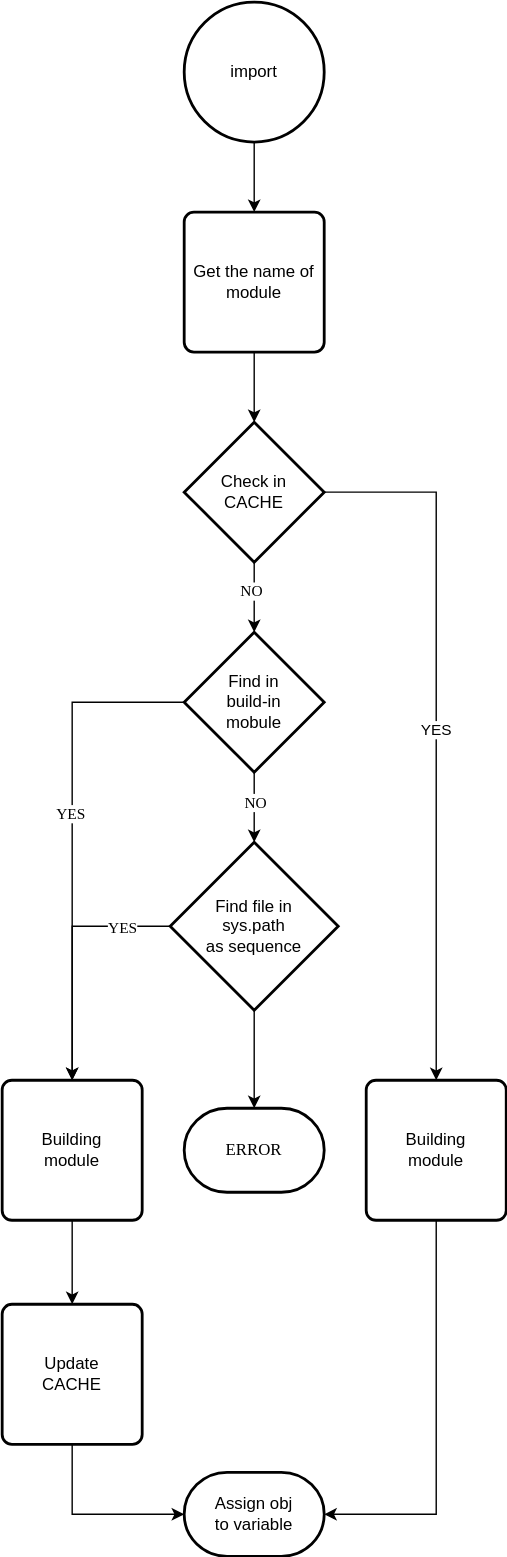
This is en/computer/import-in-python/import-module.drawio.svg from xingchengyusi/xingchengyusi.github.io, a draw.io export, as it was before one commit. Source tidied: cells renumbered, new cells last; positions are measured from the earlier drawing's top-left corner, leaving out a move shared by most shapes. Source of this version:
```xml
<mxGraphModel>
  <root>
    <mxCell id="0" />
    <mxCell id="1" parent="0" />
    <mxCell id="2" style="edgeStyle=orthogonalEdgeStyle;rounded=0;jettySize=auto;html=1;fontFamily=Times New Roman;" parent="1" edge="1" source="3" target="5">
      <mxGeometry relative="1" as="geometry" />
    </mxCell>
    <mxCell id="3" value="import" style="strokeWidth=2;html=1;shape=mxgraph.flowchart.start_2;whiteSpace=wrap;" parent="1" vertex="1">
      <mxGeometry x="130" width="100" height="100" as="geometry" />
    </mxCell>
    <mxCell id="4" style="edgeStyle=orthogonalEdgeStyle;rounded=0;jettySize=auto;html=1;entryX=0.5;entryY=0;entryDx=0;entryDy=0;entryPerimeter=0;fontFamily=Times New Roman;" parent="1" edge="1" source="5" target="9">
      <mxGeometry relative="1" as="geometry" />
    </mxCell>
    <mxCell id="5" value="Get the name of module" style="rounded=1;whiteSpace=wrap;html=1;absoluteArcSize=1;arcSize=14;strokeWidth=2;" parent="1" vertex="1">
      <mxGeometry x="130" y="150" width="100" height="100" as="geometry" />
    </mxCell>
    <mxCell id="6" value="YES" style="edgeStyle=orthogonalEdgeStyle;rounded=0;jettySize=auto;html=1;" parent="1" edge="1" source="9" target="24">
      <mxGeometry relative="1" as="geometry" />
    </mxCell>
    <mxCell id="7" style="edgeStyle=orthogonalEdgeStyle;rounded=0;jettySize=auto;html=1;exitX=0.5;exitY=1;exitDx=0;exitDy=0;exitPerimeter=0;fontFamily=Times New Roman;" parent="1" edge="1" source="9" target="14">
      <mxGeometry relative="1" as="geometry" />
    </mxCell>
    <mxCell id="8" value="NO" style="edgeLabel;html=1;align=center;verticalAlign=middle;fontFamily=Times New Roman;" parent="7" vertex="1">
      <mxGeometry x="-0.2" y="-3" relative="1" as="geometry" />
    </mxCell>
    <mxCell id="9" value="Check in &lt;br&gt;CACHE" style="strokeWidth=2;html=1;shape=mxgraph.flowchart.decision;whiteSpace=wrap;" parent="1" vertex="1">
      <mxGeometry x="130" y="300" width="100" height="100" as="geometry" />
    </mxCell>
    <mxCell id="10" style="edgeStyle=orthogonalEdgeStyle;rounded=0;jettySize=auto;html=1;exitX=0.5;exitY=1;exitDx=0;exitDy=0;exitPerimeter=0;fontFamily=Times New Roman;" parent="1" edge="1" source="14" target="18">
      <mxGeometry relative="1" as="geometry" />
    </mxCell>
    <mxCell id="11" value="NO" style="edgeLabel;html=1;align=center;verticalAlign=middle;fontFamily=Times New Roman;" parent="10" vertex="1">
      <mxGeometry x="-0.16" relative="1" as="geometry" />
    </mxCell>
    <mxCell id="12" style="edgeStyle=orthogonalEdgeStyle;rounded=0;jettySize=auto;html=1;exitX=0;exitY=0.5;exitDx=0;exitDy=0;exitPerimeter=0;entryX=0.5;entryY=0;entryDx=0;entryDy=0;fontFamily=Times New Roman;" parent="1" edge="1" source="14" target="20">
      <mxGeometry relative="1" as="geometry" />
    </mxCell>
    <mxCell id="13" value="YES" style="edgeLabel;html=1;align=center;verticalAlign=middle;fontFamily=Times New Roman;" parent="12" vertex="1">
      <mxGeometry x="-0.09" y="-2" relative="1" as="geometry" />
    </mxCell>
    <mxCell id="14" value="Find in&lt;br&gt;build-in&lt;br&gt;mobule" style="strokeWidth=2;html=1;shape=mxgraph.flowchart.decision;whiteSpace=wrap;" parent="1" vertex="1">
      <mxGeometry x="130" y="450" width="100" height="100" as="geometry" />
    </mxCell>
    <mxCell id="15" style="edgeStyle=orthogonalEdgeStyle;rounded=0;jettySize=auto;html=1;entryX=0.5;entryY=0;entryDx=0;entryDy=0;fontFamily=Times New Roman;" parent="1" edge="1" source="18" target="20">
      <mxGeometry relative="1" as="geometry" />
    </mxCell>
    <mxCell id="16" value="YES" style="edgeLabel;html=1;align=center;verticalAlign=middle;fontFamily=Times New Roman;" parent="15" vertex="1">
      <mxGeometry x="-0.61" relative="1" as="geometry" />
    </mxCell>
    <mxCell id="17" style="edgeStyle=orthogonalEdgeStyle;rounded=0;jettySize=auto;html=1;entryX=0.5;entryY=0;entryDx=0;entryDy=0;entryPerimeter=0;fontFamily=Times New Roman;" parent="1" edge="1" source="18" target="26">
      <mxGeometry relative="1" as="geometry" />
    </mxCell>
    <mxCell id="18" value="Find file in&lt;br&gt;sys.path&lt;br&gt;as sequence" style="strokeWidth=2;html=1;shape=mxgraph.flowchart.decision;whiteSpace=wrap;" parent="1" vertex="1">
      <mxGeometry x="120" y="600" width="120" height="120" as="geometry" />
    </mxCell>
    <mxCell id="19" style="edgeStyle=orthogonalEdgeStyle;rounded=0;jettySize=auto;html=1;exitX=0.5;exitY=1;exitDx=0;exitDy=0;fontFamily=Times New Roman;" parent="1" edge="1" source="20" target="22">
      <mxGeometry relative="1" as="geometry" />
    </mxCell>
    <mxCell id="20" value="Building&lt;br&gt;module" style="rounded=1;whiteSpace=wrap;html=1;absoluteArcSize=1;arcSize=14;strokeWidth=2;" parent="1" vertex="1">
      <mxGeometry y="770" width="100" height="100" as="geometry" />
    </mxCell>
    <mxCell id="21" style="edgeStyle=orthogonalEdgeStyle;rounded=0;jettySize=auto;html=1;exitX=0.5;exitY=1;exitDx=0;exitDy=0;entryX=0;entryY=0.5;entryDx=0;entryDy=0;entryPerimeter=0;fontFamily=Times New Roman;" parent="1" edge="1" source="22" target="25">
      <mxGeometry relative="1" as="geometry" />
    </mxCell>
    <mxCell id="22" value="Update&lt;br&gt;CACHE" style="rounded=1;whiteSpace=wrap;html=1;absoluteArcSize=1;arcSize=14;strokeWidth=2;" parent="1" vertex="1">
      <mxGeometry y="930" width="100" height="100" as="geometry" />
    </mxCell>
    <mxCell id="23" style="edgeStyle=orthogonalEdgeStyle;rounded=0;jettySize=auto;html=1;entryX=1;entryY=0.5;entryDx=0;entryDy=0;entryPerimeter=0;fontFamily=Times New Roman;" parent="1" edge="1" source="24" target="25">
      <mxGeometry relative="1" as="geometry">
        <Array as="points">
          <mxPoint x="310" y="1080" />
        </Array>
      </mxGeometry>
    </mxCell>
    <mxCell id="24" value="Building&lt;br&gt;module" style="rounded=1;whiteSpace=wrap;html=1;absoluteArcSize=1;arcSize=14;strokeWidth=2;" parent="1" vertex="1">
      <mxGeometry x="260" y="770" width="100" height="100" as="geometry" />
    </mxCell>
    <mxCell id="25" value="Assign obj&lt;br style=&quot;border-color: var(--border-color);&quot;&gt;to variable" style="strokeWidth=2;html=1;shape=mxgraph.flowchart.terminator;whiteSpace=wrap;" parent="1" vertex="1">
      <mxGeometry x="130" y="1050" width="100" height="60" as="geometry" />
    </mxCell>
    <mxCell id="26" value="ERROR" style="strokeWidth=2;html=1;shape=mxgraph.flowchart.terminator;whiteSpace=wrap;fontFamily=Times New Roman;" parent="1" vertex="1">
      <mxGeometry x="130" y="790" width="100" height="60" as="geometry" />
    </mxCell>
  </root>
</mxGraphModel>
```
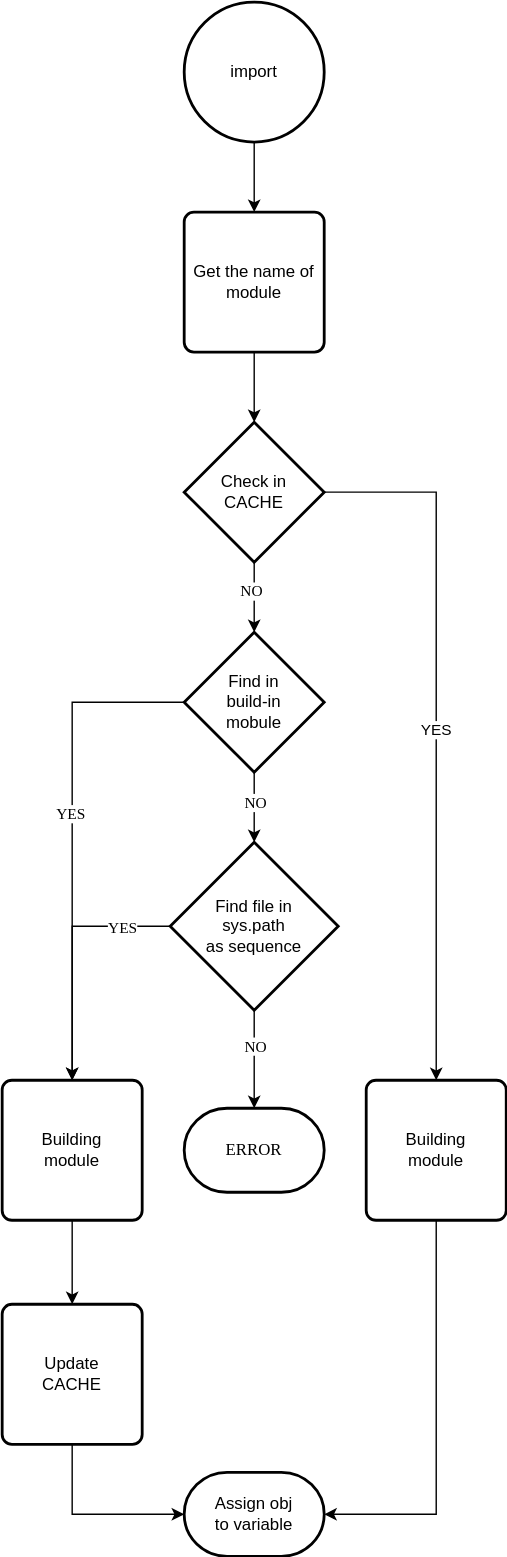
Above is the later version.

Diff of the diagram source:
```diff
@@ -50,6 +50,9 @@
     <mxCell id="17" style="edgeStyle=orthogonalEdgeStyle;rounded=0;jettySize=auto;html=1;entryX=0.5;entryY=0;entryDx=0;entryDy=0;entryPerimeter=0;fontFamily=Times New Roman;" parent="1" edge="1" source="18" target="26">
       <mxGeometry relative="1" as="geometry" />
     </mxCell>
+    <mxCell id="27" value="NO" style="edgeLabel;html=1;align=center;verticalAlign=middle;fontFamily=Times New Roman;" parent="17" vertex="1">
+      <mxGeometry x="-0.29" relative="1" as="geometry" />
+    </mxCell>
     <mxCell id="18" value="Find file in&lt;br&gt;sys.path&lt;br&gt;as sequence" style="strokeWidth=2;html=1;shape=mxgraph.flowchart.decision;whiteSpace=wrap;" parent="1" vertex="1">
       <mxGeometry x="120" y="600" width="120" height="120" as="geometry" />
     </mxCell>
```
